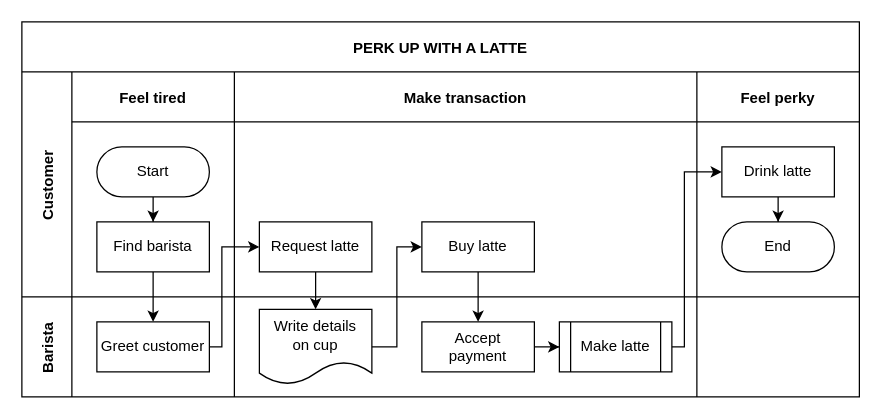
The draw.io diagram Untitled Diagram.drawio in bdsmgeek/reddit-girlsfistguys-posts, before the edit. Source tidied: cells renumbered, new cells numbered last; positions are measured from the earlier drawing's top-left corner, leaving out a move shared by most shapes. Both pictures are drawn from the tidied source at 125%, with x=0, y=0 at pixel (21, 21).
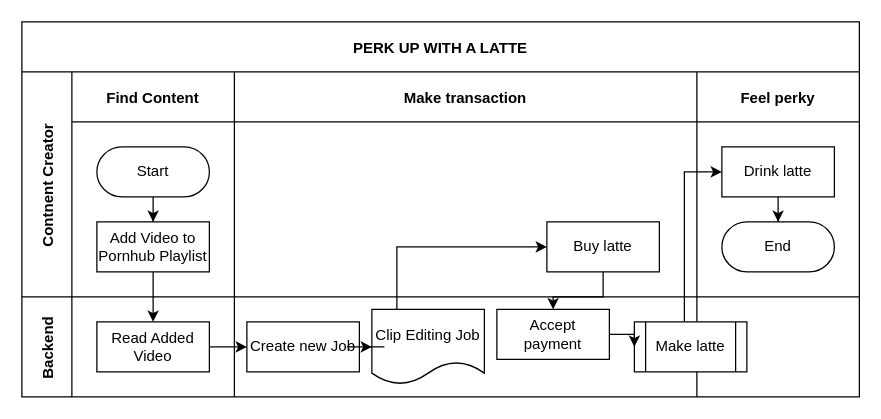
After the change.

The change refers to these unchanged cells:
```xml
<mxCell id="2" value="PERK UP WITH A LATTE" style="shape=table;childLayout=tableLayout;startSize=40;fillColor=none;fontStyle=1;" parent="1" vertex="1">
  <mxGeometry width="670" height="300" as="geometry" />
</mxCell>
<mxCell id="9" value="Make transaction" style="swimlane;swimlaneHead=0;swimlaneBody=0;fillColor=none;startSize=40;fontStyle=1;" parent="4" vertex="1">
  <mxGeometry x="170" width="370" height="180" as="geometry" />
</mxCell>
<mxCell id="17" style="swimlane;swimlaneHead=0;swimlaneBody=0;fillColor=none;startSize=0;fontStyle=1;" parent="16" vertex="1">
  <mxGeometry x="40" width="130" height="80" as="geometry" />
</mxCell>
<mxCell id="19" style="swimlane;swimlaneHead=0;swimlaneBody=0;fillColor=none;startSize=0;fontStyle=1;" parent="16" vertex="1">
  <mxGeometry x="170" width="370" height="80" as="geometry" />
</mxCell>
```

Change to the diagram source:
```diff
@@
-    <mxCell id="4" value="Customer" style="shape=tableRow;horizontal=0;swimlaneHead=0;swimlaneBody=0;top=0;left=0;bottom=0;right=0;fillColor=none;startSize=40;fontStyle=1;" parent="2" vertex="1">
+    <mxCell id="4" value="Contnent Creator" style="shape=tableRow;horizontal=0;swimlaneHead=0;swimlaneBody=0;top=0;left=0;bottom=0;right=0;fillColor=none;startSize=40;fontStyle=1;" parent="2" vertex="1">
       <mxGeometry y="40" width="670" height="180" as="geometry" />
     </mxCell>
-    <mxCell id="5" value="Feel tired" style="swimlane;swimlaneHead=0;swimlaneBody=0;fillColor=none;startSize=40;fontStyle=1;" parent="4" vertex="1">
+    <mxCell id="5" value="Find Content" style="swimlane;swimlaneHead=0;swimlaneBody=0;fillColor=none;startSize=40;fontStyle=1;" parent="4" vertex="1">
       <mxGeometry x="40" width="130" height="180" as="geometry" />
     </mxCell>
@@
-    <mxCell id="8" value="Find barista" style="rounded=0;whiteSpace=wrap;html=1;" parent="5" vertex="1">
+    <mxCell id="8" value="Add Video to Pornhub Playlist" style="rounded=0;whiteSpace=wrap;html=1;" parent="5" vertex="1">
       <mxGeometry x="20" y="120" width="90" height="40" as="geometry" />
     </mxCell>
@@
-    <mxCell id="10" value="Request latte" style="rounded=0;whiteSpace=wrap;html=1;" parent="9" vertex="1">
-      <mxGeometry x="20" y="120" width="90" height="40" as="geometry" />
-    </mxCell>
     <mxCell id="11" value="Buy latte" style="rounded=0;whiteSpace=wrap;html=1;" parent="9" vertex="1">
-      <mxGeometry x="150" y="120" width="90" height="40" as="geometry" />
+      <mxGeometry x="250" y="120" width="90" height="40" as="geometry" />
     </mxCell>
@@
-    <mxCell id="16" value="Barista" style="shape=tableRow;horizontal=0;swimlaneHead=0;swimlaneBody=0;top=0;left=0;bottom=0;right=0;fillColor=none;startSize=40;fontStyle=1;" parent="2" vertex="1">
+    <mxCell id="16" value="Backend" style="shape=tableRow;horizontal=0;swimlaneHead=0;swimlaneBody=0;top=0;left=0;bottom=0;right=0;fillColor=none;startSize=40;fontStyle=1;" parent="2" vertex="1">
       <mxGeometry y="220" width="670" height="80" as="geometry" />
     </mxCell>
@@
-    <mxCell id="18" value="Greet customer" style="rounded=0;whiteSpace=wrap;html=1;" parent="17" vertex="1">
+    <mxCell id="18" value="Read Added Video" style="rounded=0;whiteSpace=wrap;html=1;" parent="17" vertex="1">
       <mxGeometry x="20" y="20" width="90" height="40" as="geometry" />
     </mxCell>
@@
-    <mxCell id="20" style="edgeStyle=orthogonalEdgeStyle;rounded=0;jettySize=auto;html=1;" parent="19" edge="1" source="21" target="23">
-      <mxGeometry relative="1" as="geometry" />
-    </mxCell>
     <mxCell id="21" value="Accept&lt;br&gt;payment" style="rounded=0;whiteSpace=wrap;html=1;" parent="19" vertex="1">
-      <mxGeometry x="150" y="20" width="90" height="40" as="geometry" />
+      <mxGeometry x="210" y="10" width="90" height="40" as="geometry" />
     </mxCell>
-    <mxCell id="22" value="Write details&lt;br&gt;on cup" style="shape=document;whiteSpace=wrap;html=1;boundedLbl=1;" parent="19" vertex="1">
-      <mxGeometry x="20" y="10" width="90" height="60" as="geometry" />
+    <mxCell id="22" value="Clip Editing Job" style="shape=document;whiteSpace=wrap;html=1;boundedLbl=1;" parent="19" vertex="1">
+      <mxGeometry x="110" y="10" width="90" height="60" as="geometry" />
     </mxCell>
+    <mxCell id="10" value="Create new Job" style="rounded=0;whiteSpace=wrap;html=1;" parent="19" vertex="1">
+      <mxGeometry x="10" y="20" width="90" height="40" as="geometry" />
+    </mxCell>
+    <mxCell id="26" style="edgeStyle=orthogonalEdgeStyle;rounded=0;jettySize=auto;html=1;" parent="19" edge="1" source="10" target="22">
+      <mxGeometry relative="1" as="geometry" />
+    </mxCell>
+    <mxCell id="24" style="swimlane;swimlaneHead=0;swimlaneBody=0;fillColor=none;startSize=0;fontStyle=1;" parent="16" vertex="1">
+      <mxGeometry x="540" width="130" height="80" as="geometry" />
+    </mxCell>
-    <mxCell id="23" value="Make latte" style="shape=process;whiteSpace=wrap;html=1;backgroundOutline=1;" parent="19" vertex="1">
-      <mxGeometry x="260" y="20" width="90" height="40" as="geometry" />
+    <mxCell id="23" value="Make latte" style="shape=process;whiteSpace=wrap;html=1;backgroundOutline=1;" parent="24" vertex="1">
+      <mxGeometry x="-50" y="20" width="90" height="40" as="geometry" />
     </mxCell>
-    <mxCell id="24" style="swimlane;swimlaneHead=0;swimlaneBody=0;fillColor=none;startSize=0;fontStyle=1;" parent="16" vertex="1">
-      <mxGeometry x="540" width="130" height="80" as="geometry" />
-    </mxCell>
+    <mxCell id="20" style="edgeStyle=orthogonalEdgeStyle;rounded=0;jettySize=auto;html=1;" parent="16" edge="1" source="21" target="23">
+      <mxGeometry relative="1" as="geometry" />
+    </mxCell>
-    <mxCell id="25" style="edgeStyle=orthogonalEdgeStyle;rounded=0;jettySize=auto;html=1;" parent="2" edge="1" source="18" target="10">
-      <mxGeometry relative="1" as="geometry">
-        <Array as="points">
-          <mxPoint x="160" y="260" />
-          <mxPoint x="160" y="180" />
-        </Array>
-      </mxGeometry>
+    <mxCell id="25" style="rounded=0;jettySize=auto;html=1;entryX=0;entryY=0.5;entryDx=0;entryDy=0;" parent="16" edge="1" source="18" target="10">
+      <mxGeometry relative="1" as="geometry" />
     </mxCell>
-    <mxCell id="26" style="edgeStyle=orthogonalEdgeStyle;rounded=0;jettySize=auto;html=1;" parent="2" edge="1" source="10" target="22">
-      <mxGeometry relative="1" as="geometry" />
-    </mxCell>
```
